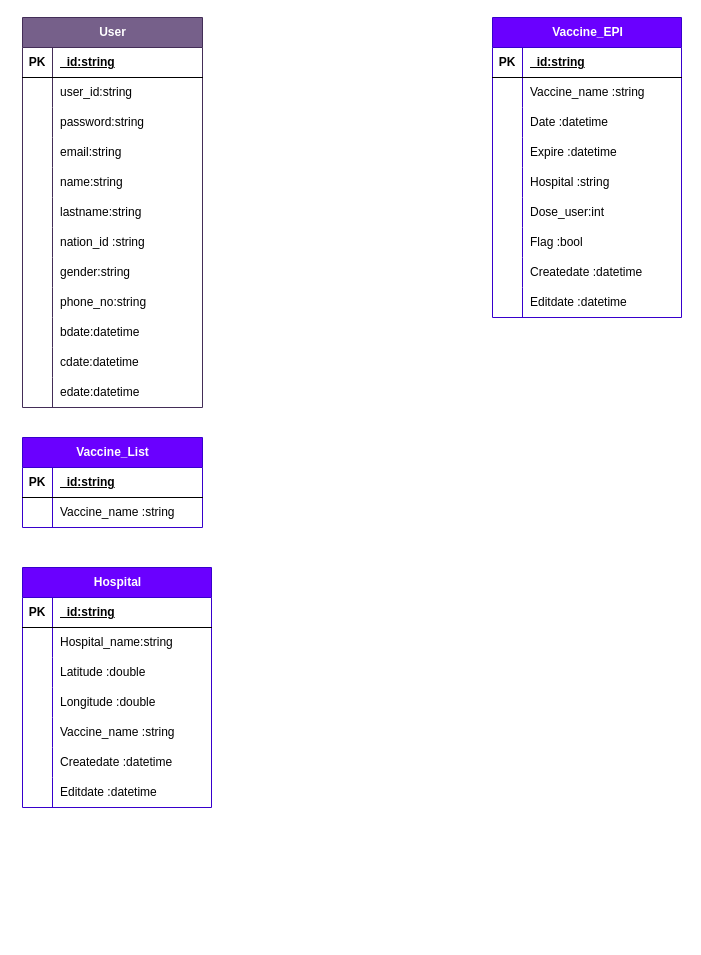
Before: database&flowchart.drawio in AsticeX/-_-_1630901328, a draw.io diagram. Source tidied: cells renumbered, new cells numbered last; positions are measured from the earlier drawing's top-left corner, leaving out a move shared by most shapes. Both pictures are drawn from the tidied source at 100%, with x=0, y=0 at pixel (22, 17).
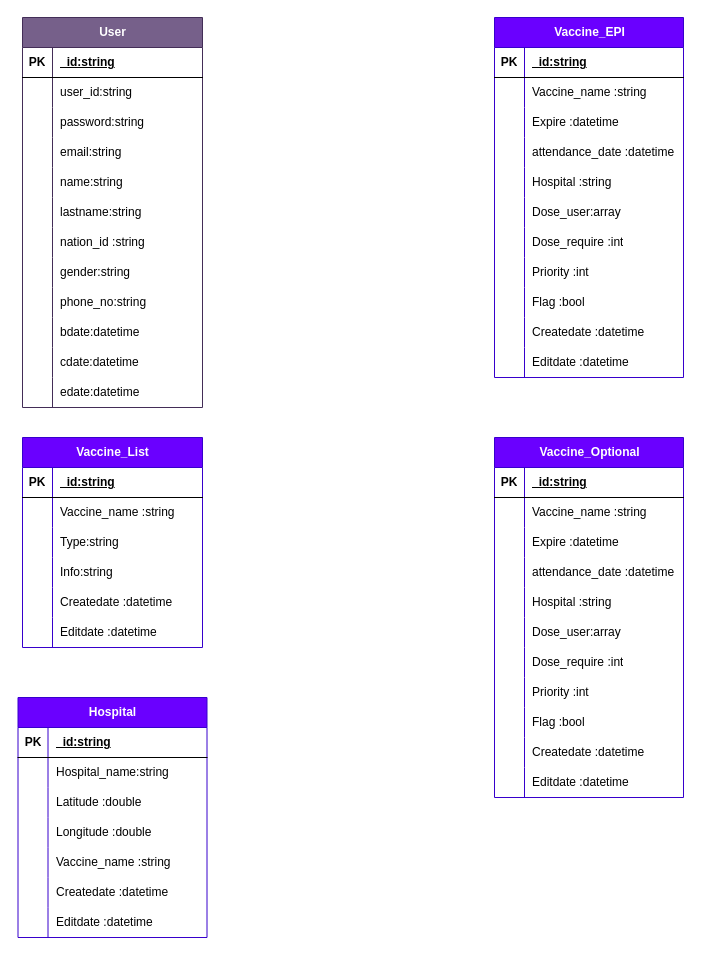
After the change.

Unchanged cells that the change refers to:
```xml
<mxCell id="55" style="shape=tableRow;horizontal=0;startSize=0;swimlaneHead=0;swimlaneBody=0;fillColor=none;top=0;left=0;right=0;bottom=0;" parent="39" vertex="1">
  <mxGeometry y="180" width="189" height="30" as="geometry" />
</mxCell>
```

The edit, as a diff of the source:
```diff
@@
     <mxCell id="39" value="Vaccine_EPI" style="shape=table;startSize=30;childLayout=tableLayout;rowLines=0;fontStyle=1;align=center;html=1;fillColor=#6a00ff;fontColor=#ffffff;strokeColor=#3700CC;" parent="1" vertex="1">
-      <mxGeometry x="470" width="189" height="300" as="geometry" />
+      <mxGeometry x="472" width="189" height="360" as="geometry" />
     </mxCell>
@@
-    <mxCell id="46" style="shape=tableRow;horizontal=0;startSize=0;swimlaneHead=0;swimlaneBody=0;fillColor=none;top=0;left=0;right=0;bottom=0;" parent="39" vertex="1">
-      <mxGeometry y="90" width="189" height="30" as="geometry" />
-    </mxCell>
-    <mxCell id="47" style="shape=partialRectangle;fillColor=none;top=0;left=0;bottom=0;right=0;overflow=hidden;whiteSpace=wrap;html=1;" parent="46" vertex="1">
-      <mxGeometry width="30" height="30" as="geometry" />
-    </mxCell>
-    <mxCell id="48" value="Date :datetime" style="shape=partialRectangle;fillColor=none;top=0;left=0;bottom=0;right=0;align=left;spacingLeft=6;overflow=hidden;whiteSpace=wrap;html=1;" parent="46" vertex="1">
-      <mxGeometry x="30" width="159" height="30" as="geometry" />
-    </mxCell>
     <mxCell id="49" style="shape=tableRow;horizontal=0;startSize=0;swimlaneHead=0;swimlaneBody=0;fillColor=none;top=0;left=0;right=0;bottom=0;" parent="39" vertex="1">
-      <mxGeometry y="120" width="189" height="30" as="geometry" />
+      <mxGeometry y="90" width="189" height="30" as="geometry" />
     </mxCell>
@@
+    <mxCell id="96" style="shape=tableRow;horizontal=0;startSize=0;swimlaneHead=0;swimlaneBody=0;fillColor=none;top=0;left=0;right=0;bottom=0;" parent="39" vertex="1">
+      <mxGeometry y="120" width="189" height="30" as="geometry" />
+    </mxCell>
+    <mxCell id="97" style="shape=partialRectangle;fillColor=none;top=0;left=0;bottom=0;right=0;overflow=hidden;whiteSpace=wrap;html=1;" parent="96" vertex="1">
+      <mxGeometry width="30" height="30" as="geometry" />
+    </mxCell>
+    <mxCell id="98" value="attendance_date :datetime" style="shape=partialRectangle;fillColor=none;top=0;left=0;bottom=0;right=0;align=left;spacingLeft=6;overflow=hidden;whiteSpace=wrap;html=1;" parent="96" vertex="1">
+      <mxGeometry x="30" width="159" height="30" as="geometry" />
+    </mxCell>
@@
-    <mxCell id="57" value="Dose_user:int" style="shape=partialRectangle;fillColor=none;top=0;left=0;bottom=0;right=0;align=left;spacingLeft=6;overflow=hidden;whiteSpace=wrap;html=1;" parent="55" vertex="1">
+    <mxCell id="57" value="Dose_user:array" style="shape=partialRectangle;fillColor=none;top=0;left=0;bottom=0;right=0;align=left;spacingLeft=6;overflow=hidden;whiteSpace=wrap;html=1;" parent="55" vertex="1">
       <mxGeometry x="30" width="159" height="30" as="geometry" />
     </mxCell>
+    <mxCell id="99" style="shape=tableRow;horizontal=0;startSize=0;swimlaneHead=0;swimlaneBody=0;fillColor=none;top=0;left=0;right=0;bottom=0;" parent="39" vertex="1">
+      <mxGeometry y="210" width="189" height="30" as="geometry" />
+    </mxCell>
+    <mxCell id="100" style="shape=partialRectangle;fillColor=none;top=0;left=0;bottom=0;right=0;overflow=hidden;whiteSpace=wrap;html=1;" parent="99" vertex="1">
+      <mxGeometry width="30" height="30" as="geometry" />
+    </mxCell>
+    <mxCell id="101" value="Dose_require :int" style="shape=partialRectangle;fillColor=none;top=0;left=0;bottom=0;right=0;align=left;spacingLeft=6;overflow=hidden;whiteSpace=wrap;html=1;" parent="99" vertex="1">
+      <mxGeometry x="30" width="159" height="30" as="geometry" />
+    </mxCell>
+    <mxCell id="102" style="shape=tableRow;horizontal=0;startSize=0;swimlaneHead=0;swimlaneBody=0;fillColor=none;top=0;left=0;right=0;bottom=0;" parent="39" vertex="1">
+      <mxGeometry y="240" width="189" height="30" as="geometry" />
+    </mxCell>
+    <mxCell id="103" style="shape=partialRectangle;fillColor=none;top=0;left=0;bottom=0;right=0;overflow=hidden;whiteSpace=wrap;html=1;" parent="102" vertex="1">
+      <mxGeometry width="30" height="30" as="geometry" />
+    </mxCell>
+    <mxCell id="104" value="Priority :int" style="shape=partialRectangle;fillColor=none;top=0;left=0;bottom=0;right=0;align=left;spacingLeft=6;overflow=hidden;whiteSpace=wrap;html=1;" parent="102" vertex="1">
+      <mxGeometry x="30" width="159" height="30" as="geometry" />
+    </mxCell>
     <mxCell id="58" style="shape=tableRow;horizontal=0;startSize=0;swimlaneHead=0;swimlaneBody=0;fillColor=none;top=0;left=0;right=0;bottom=0;" parent="39" vertex="1">
-      <mxGeometry y="210" width="189" height="30" as="geometry" />
+      <mxGeometry y="270" width="189" height="30" as="geometry" />
     </mxCell>
@@
     <mxCell id="61" style="shape=tableRow;horizontal=0;startSize=0;swimlaneHead=0;swimlaneBody=0;fillColor=none;top=0;left=0;right=0;bottom=0;" parent="39" vertex="1">
-      <mxGeometry y="240" width="189" height="30" as="geometry" />
+      <mxGeometry y="300" width="189" height="30" as="geometry" />
     </mxCell>
@@
     <mxCell id="64" style="shape=tableRow;horizontal=0;startSize=0;swimlaneHead=0;swimlaneBody=0;fillColor=none;top=0;left=0;right=0;bottom=0;" parent="39" vertex="1">
-      <mxGeometry y="270" width="189" height="30" as="geometry" />
+      <mxGeometry y="330" width="189" height="30" as="geometry" />
     </mxCell>
@@
     <mxCell id="67" value="Vaccine_List" style="shape=table;startSize=30;childLayout=tableLayout;rowLines=0;fontStyle=1;align=center;html=1;fillColor=#6a00ff;fontColor=#ffffff;strokeColor=#3700CC;" parent="1" vertex="1">
-      <mxGeometry y="420" width="180" height="90" as="geometry" />
+      <mxGeometry y="420" width="180" height="210" as="geometry" />
     </mxCell>
@@
+    <mxCell id="105" style="shape=tableRow;horizontal=0;startSize=0;swimlaneHead=0;swimlaneBody=0;fillColor=none;top=0;left=0;right=0;bottom=0;" parent="67" vertex="1">
+      <mxGeometry y="90" width="180" height="30" as="geometry" />
+    </mxCell>
+    <mxCell id="106" style="shape=partialRectangle;fillColor=none;top=0;left=0;bottom=0;right=0;overflow=hidden;whiteSpace=wrap;html=1;" parent="105" vertex="1">
+      <mxGeometry width="30" height="30" as="geometry" />
+    </mxCell>
+    <mxCell id="107" value="Type:string" style="shape=partialRectangle;fillColor=none;top=0;left=0;bottom=0;right=0;align=left;spacingLeft=6;overflow=hidden;whiteSpace=wrap;html=1;" parent="105" vertex="1">
+      <mxGeometry x="30" width="150" height="30" as="geometry" />
+    </mxCell>
+    <mxCell id="108" style="shape=tableRow;horizontal=0;startSize=0;swimlaneHead=0;swimlaneBody=0;fillColor=none;top=0;left=0;right=0;bottom=0;" parent="67" vertex="1">
+      <mxGeometry y="120" width="180" height="30" as="geometry" />
+    </mxCell>
+    <mxCell id="109" style="shape=partialRectangle;fillColor=none;top=0;left=0;bottom=0;right=0;overflow=hidden;whiteSpace=wrap;html=1;" parent="108" vertex="1">
+      <mxGeometry width="30" height="30" as="geometry" />
+    </mxCell>
+    <mxCell id="110" value="Info:string" style="shape=partialRectangle;fillColor=none;top=0;left=0;bottom=0;right=0;align=left;spacingLeft=6;overflow=hidden;whiteSpace=wrap;html=1;" parent="108" vertex="1">
+      <mxGeometry x="30" width="150" height="30" as="geometry" />
+    </mxCell>
+    <mxCell id="111" style="shape=tableRow;horizontal=0;startSize=0;swimlaneHead=0;swimlaneBody=0;fillColor=none;top=0;left=0;right=0;bottom=0;" parent="67" vertex="1">
+      <mxGeometry y="150" width="180" height="30" as="geometry" />
+    </mxCell>
+    <mxCell id="112" style="shape=partialRectangle;fillColor=none;top=0;left=0;bottom=0;right=0;overflow=hidden;whiteSpace=wrap;html=1;" parent="111" vertex="1">
+      <mxGeometry width="30" height="30" as="geometry" />
+    </mxCell>
+    <mxCell id="113" value="Createdate :datetime" style="shape=partialRectangle;fillColor=none;top=0;left=0;bottom=0;right=0;align=left;spacingLeft=6;overflow=hidden;whiteSpace=wrap;html=1;" parent="111" vertex="1">
+      <mxGeometry x="30" width="150" height="30" as="geometry" />
+    </mxCell>
+    <mxCell id="114" style="shape=tableRow;horizontal=0;startSize=0;swimlaneHead=0;swimlaneBody=0;fillColor=none;top=0;left=0;right=0;bottom=0;" parent="67" vertex="1">
+      <mxGeometry y="180" width="180" height="30" as="geometry" />
+    </mxCell>
+    <mxCell id="115" style="shape=partialRectangle;fillColor=none;top=0;left=0;bottom=0;right=0;overflow=hidden;whiteSpace=wrap;html=1;" parent="114" vertex="1">
+      <mxGeometry width="30" height="30" as="geometry" />
+    </mxCell>
+    <mxCell id="116" value="Editdate :datetime" style="shape=partialRectangle;fillColor=none;top=0;left=0;bottom=0;right=0;align=left;spacingLeft=6;overflow=hidden;whiteSpace=wrap;html=1;" parent="114" vertex="1">
+      <mxGeometry x="30" width="150" height="30" as="geometry" />
+    </mxCell>
     <mxCell id="74" value="Hospital" style="shape=table;startSize=30;childLayout=tableLayout;rowLines=0;fontStyle=1;align=center;html=1;fillColor=#6a00ff;fontColor=#ffffff;strokeColor=#3700CC;" parent="1" vertex="1">
-      <mxGeometry y="550" width="189" height="240" as="geometry" />
+      <mxGeometry x="-4.5" y="680" width="189" height="240" as="geometry" />
     </mxCell>
@@
+    <mxCell id="117" value="Vaccine_Optional" style="shape=table;startSize=30;childLayout=tableLayout;rowLines=0;fontStyle=1;align=center;html=1;fillColor=#6a00ff;fontColor=#ffffff;strokeColor=#3700CC;" parent="1" vertex="1">
+      <mxGeometry x="472" y="420" width="189" height="360" as="geometry" />
+    </mxCell>
+    <mxCell id="118" style="shape=tableRow;horizontal=0;startSize=0;swimlaneHead=0;swimlaneBody=0;fillColor=none;top=0;left=0;right=0;bottom=1;" parent="117" vertex="1">
+      <mxGeometry y="30" width="189" height="30" as="geometry" />
+    </mxCell>
+    <mxCell id="119" value="PK" style="shape=partialRectangle;fillColor=none;top=0;left=0;bottom=0;right=0;fontStyle=1;overflow=hidden;whiteSpace=wrap;html=1;" parent="118" vertex="1">
+      <mxGeometry width="30" height="30" as="geometry" />
+    </mxCell>
+    <mxCell id="120" value="_id:string" style="shape=partialRectangle;fillColor=none;top=0;left=0;bottom=0;right=0;align=left;spacingLeft=6;fontStyle=5;overflow=hidden;whiteSpace=wrap;html=1;" parent="118" vertex="1">
+      <mxGeometry x="30" width="159" height="30" as="geometry" />
+    </mxCell>
+    <mxCell id="121" style="shape=tableRow;horizontal=0;startSize=0;swimlaneHead=0;swimlaneBody=0;fillColor=none;top=0;left=0;right=0;bottom=0;" parent="117" vertex="1">
+      <mxGeometry y="60" width="189" height="30" as="geometry" />
+    </mxCell>
+    <mxCell id="122" style="shape=partialRectangle;fillColor=none;top=0;left=0;bottom=0;right=0;overflow=hidden;whiteSpace=wrap;html=1;" parent="121" vertex="1">
+      <mxGeometry width="30" height="30" as="geometry" />
+    </mxCell>
+    <mxCell id="123" value="Vaccine_name :string" style="shape=partialRectangle;fillColor=none;top=0;left=0;bottom=0;right=0;align=left;spacingLeft=6;overflow=hidden;whiteSpace=wrap;html=1;" parent="121" vertex="1">
+      <mxGeometry x="30" width="159" height="30" as="geometry" />
+    </mxCell>
+    <mxCell id="46" style="shape=tableRow;horizontal=0;startSize=0;swimlaneHead=0;swimlaneBody=0;fillColor=none;top=0;left=0;right=0;bottom=0;" parent="117" vertex="1">
+      <mxGeometry y="90" width="189" height="30" as="geometry" />
+    </mxCell>
+    <mxCell id="124" style="shape=partialRectangle;fillColor=none;top=0;left=0;bottom=0;right=0;overflow=hidden;whiteSpace=wrap;html=1;" parent="46" vertex="1">
+      <mxGeometry width="30" height="30" as="geometry" />
+    </mxCell>
+    <mxCell id="125" value="Expire :datetime" style="shape=partialRectangle;fillColor=none;top=0;left=0;bottom=0;right=0;align=left;spacingLeft=6;overflow=hidden;whiteSpace=wrap;html=1;" parent="46" vertex="1">
+      <mxGeometry x="30" width="159" height="30" as="geometry" />
+    </mxCell>
+    <mxCell id="126" style="shape=tableRow;horizontal=0;startSize=0;swimlaneHead=0;swimlaneBody=0;fillColor=none;top=0;left=0;right=0;bottom=0;" parent="117" vertex="1">
+      <mxGeometry y="120" width="189" height="30" as="geometry" />
+    </mxCell>
+    <mxCell id="127" style="shape=partialRectangle;fillColor=none;top=0;left=0;bottom=0;right=0;overflow=hidden;whiteSpace=wrap;html=1;" parent="126" vertex="1">
+      <mxGeometry width="30" height="30" as="geometry" />
+    </mxCell>
+    <mxCell id="128" value="attendance_date :datetime" style="shape=partialRectangle;fillColor=none;top=0;left=0;bottom=0;right=0;align=left;spacingLeft=6;overflow=hidden;whiteSpace=wrap;html=1;" parent="126" vertex="1">
+      <mxGeometry x="30" width="159" height="30" as="geometry" />
+    </mxCell>
+    <mxCell id="129" style="shape=tableRow;horizontal=0;startSize=0;swimlaneHead=0;swimlaneBody=0;fillColor=none;top=0;left=0;right=0;bottom=0;" parent="117" vertex="1">
+      <mxGeometry y="150" width="189" height="30" as="geometry" />
+    </mxCell>
+    <mxCell id="130" style="shape=partialRectangle;fillColor=none;top=0;left=0;bottom=0;right=0;overflow=hidden;whiteSpace=wrap;html=1;" parent="129" vertex="1">
+      <mxGeometry width="30" height="30" as="geometry" />
+    </mxCell>
+    <mxCell id="131" value="Hospital :string" style="shape=partialRectangle;fillColor=none;top=0;left=0;bottom=0;right=0;align=left;spacingLeft=6;overflow=hidden;whiteSpace=wrap;html=1;" parent="129" vertex="1">
+      <mxGeometry x="30" width="159" height="30" as="geometry" />
+    </mxCell>
+    <mxCell id="132" style="shape=tableRow;horizontal=0;startSize=0;swimlaneHead=0;swimlaneBody=0;fillColor=none;top=0;left=0;right=0;bottom=0;" parent="117" vertex="1">
+      <mxGeometry y="180" width="189" height="30" as="geometry" />
+    </mxCell>
+    <mxCell id="133" style="shape=partialRectangle;fillColor=none;top=0;left=0;bottom=0;right=0;overflow=hidden;whiteSpace=wrap;html=1;" parent="132" vertex="1">
+      <mxGeometry width="30" height="30" as="geometry" />
+    </mxCell>
+    <mxCell id="134" value="Dose_user:array" style="shape=partialRectangle;fillColor=none;top=0;left=0;bottom=0;right=0;align=left;spacingLeft=6;overflow=hidden;whiteSpace=wrap;html=1;" parent="132" vertex="1">
+      <mxGeometry x="30" width="159" height="30" as="geometry" />
+    </mxCell>
+    <mxCell id="135" style="shape=tableRow;horizontal=0;startSize=0;swimlaneHead=0;swimlaneBody=0;fillColor=none;top=0;left=0;right=0;bottom=0;" parent="117" vertex="1">
+      <mxGeometry y="210" width="189" height="30" as="geometry" />
+    </mxCell>
+    <mxCell id="136" style="shape=partialRectangle;fillColor=none;top=0;left=0;bottom=0;right=0;overflow=hidden;whiteSpace=wrap;html=1;" parent="135" vertex="1">
+      <mxGeometry width="30" height="30" as="geometry" />
+    </mxCell>
+    <mxCell id="137" value="Dose_require :int" style="shape=partialRectangle;fillColor=none;top=0;left=0;bottom=0;right=0;align=left;spacingLeft=6;overflow=hidden;whiteSpace=wrap;html=1;" parent="135" vertex="1">
+      <mxGeometry x="30" width="159" height="30" as="geometry" />
+    </mxCell>
+    <mxCell id="138" style="shape=tableRow;horizontal=0;startSize=0;swimlaneHead=0;swimlaneBody=0;fillColor=none;top=0;left=0;right=0;bottom=0;" parent="117" vertex="1">
+      <mxGeometry y="240" width="189" height="30" as="geometry" />
+    </mxCell>
+    <mxCell id="139" style="shape=partialRectangle;fillColor=none;top=0;left=0;bottom=0;right=0;overflow=hidden;whiteSpace=wrap;html=1;" parent="138" vertex="1">
+      <mxGeometry width="30" height="30" as="geometry" />
+    </mxCell>
+    <mxCell id="140" value="Priority :int" style="shape=partialRectangle;fillColor=none;top=0;left=0;bottom=0;right=0;align=left;spacingLeft=6;overflow=hidden;whiteSpace=wrap;html=1;" parent="138" vertex="1">
+      <mxGeometry x="30" width="159" height="30" as="geometry" />
+    </mxCell>
+    <mxCell id="141" style="shape=tableRow;horizontal=0;startSize=0;swimlaneHead=0;swimlaneBody=0;fillColor=none;top=0;left=0;right=0;bottom=0;" parent="117" vertex="1">
+      <mxGeometry y="270" width="189" height="30" as="geometry" />
+    </mxCell>
+    <mxCell id="142" style="shape=partialRectangle;fillColor=none;top=0;left=0;bottom=0;right=0;overflow=hidden;whiteSpace=wrap;html=1;" parent="141" vertex="1">
+      <mxGeometry width="30" height="30" as="geometry" />
+    </mxCell>
+    <mxCell id="143" value="Flag :bool" style="shape=partialRectangle;fillColor=none;top=0;left=0;bottom=0;right=0;align=left;spacingLeft=6;overflow=hidden;whiteSpace=wrap;html=1;" parent="141" vertex="1">
+      <mxGeometry x="30" width="159" height="30" as="geometry" />
+    </mxCell>
+    <mxCell id="144" style="shape=tableRow;horizontal=0;startSize=0;swimlaneHead=0;swimlaneBody=0;fillColor=none;top=0;left=0;right=0;bottom=0;" parent="117" vertex="1">
+      <mxGeometry y="300" width="189" height="30" as="geometry" />
+    </mxCell>
+    <mxCell id="145" style="shape=partialRectangle;fillColor=none;top=0;left=0;bottom=0;right=0;overflow=hidden;whiteSpace=wrap;html=1;" parent="144" vertex="1">
+      <mxGeometry width="30" height="30" as="geometry" />
+    </mxCell>
+    <mxCell id="146" value="Createdate :datetime" style="shape=partialRectangle;fillColor=none;top=0;left=0;bottom=0;right=0;align=left;spacingLeft=6;overflow=hidden;whiteSpace=wrap;html=1;" parent="144" vertex="1">
+      <mxGeometry x="30" width="159" height="30" as="geometry" />
+    </mxCell>
+    <mxCell id="147" style="shape=tableRow;horizontal=0;startSize=0;swimlaneHead=0;swimlaneBody=0;fillColor=none;top=0;left=0;right=0;bottom=0;" parent="117" vertex="1">
+      <mxGeometry y="330" width="189" height="30" as="geometry" />
+    </mxCell>
+    <mxCell id="148" style="shape=partialRectangle;fillColor=none;top=0;left=0;bottom=0;right=0;overflow=hidden;whiteSpace=wrap;html=1;" parent="147" vertex="1">
+      <mxGeometry width="30" height="30" as="geometry" />
+    </mxCell>
+    <mxCell id="149" value="Editdate :datetime" style="shape=partialRectangle;fillColor=none;top=0;left=0;bottom=0;right=0;align=left;spacingLeft=6;overflow=hidden;whiteSpace=wrap;html=1;" parent="147" vertex="1">
+      <mxGeometry x="30" width="159" height="30" as="geometry" />
+    </mxCell>
```
